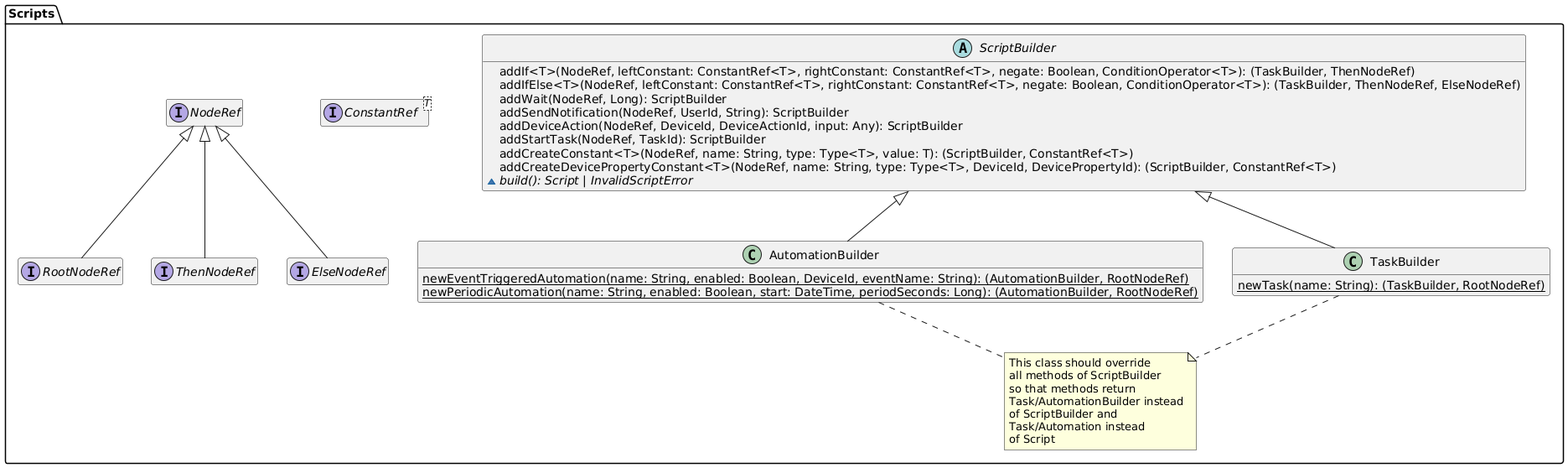
This is diagrams/generated/scripts-builders-domain-model.png from DomoticASW/.github, a PlantUML export, as it was before one commit. Its diagram source:
```plantuml
@startuml scripts-builders-domain-model

hide empty members

package "Scripts" {
    interface NodeRef

    interface RootNodeRef extends NodeRef
    interface ThenNodeRef extends NodeRef
    interface ElseNodeRef extends NodeRef
    interface ConstantRef<T>

    abstract class ScriptBuilder {
        addIf<T>(NodeRef, leftConstant: ConstantRef<T>, rightConstant: ConstantRef<T>, negate: Boolean, ConditionOperator<T>): (TaskBuilder, ThenNodeRef)
        addIfElse<T>(NodeRef, leftConstant: ConstantRef<T>, rightConstant: ConstantRef<T>, negate: Boolean, ConditionOperator<T>): (TaskBuilder, ThenNodeRef, ElseNodeRef)
        addWait(NodeRef, Long): ScriptBuilder
        addSendNotification(NodeRef, UserId, String): ScriptBuilder
        addDeviceAction(NodeRef, DeviceId, DeviceActionId, input: Any): ScriptBuilder
        addStartTask(NodeRef, TaskId): ScriptBuilder
        addCreateConstant<T>(NodeRef, name: String, type: Type<T>, value: T): (ScriptBuilder, ConstantRef<T>)
        addCreateDevicePropertyConstant<T>(NodeRef, name: String, type: Type<T>, DeviceId, DevicePropertyId): (ScriptBuilder, ConstantRef<T>)
        {abstract} ~ build(): Script | InvalidScriptError
    }

    class TaskBuilder extends ScriptBuilder {
        {static} newTask(name: String): (TaskBuilder, RootNodeRef)
    }
    class AutomationBuilder extends ScriptBuilder {
        {static} newEventTriggeredAutomation(name: String, enabled: Boolean, DeviceId, eventName: String): (AutomationBuilder, RootNodeRef)
        {static} newPeriodicAutomation(name: String, enabled: Boolean, start: DateTime, periodSeconds: Long): (AutomationBuilder, RootNodeRef)
    }
    note as ScriptBuilderNote
        This class should override
        all methods of ScriptBuilder
        so that methods return
        Task/AutomationBuilder instead
        of ScriptBuilder and
        Task/Automation instead
        of Script
    end note

    ScriptBuilderNote .u. TaskBuilder
    ScriptBuilderNote .u. AutomationBuilder
}

@enduml
```
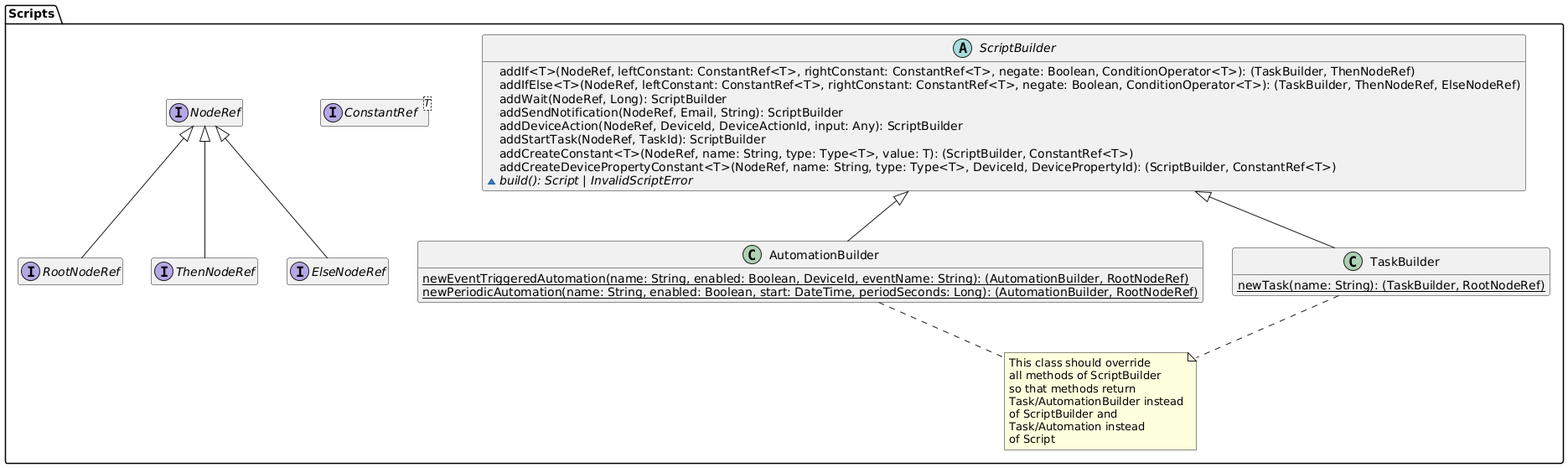
Above is the later version.

Commit message:
renamed UserId to Email in diagrams

The edit, as a diff of the source:
```diff
@@ -14,7 +14,7 @@
         addIf<T>(NodeRef, leftConstant: ConstantRef<T>, rightConstant: ConstantRef<T>, negate: Boolean, ConditionOperator<T>): (TaskBuilder, ThenNodeRef)
         addIfElse<T>(NodeRef, leftConstant: ConstantRef<T>, rightConstant: ConstantRef<T>, negate: Boolean, ConditionOperator<T>): (TaskBuilder, ThenNodeRef, ElseNodeRef)
         addWait(NodeRef, Long): ScriptBuilder
-        addSendNotification(NodeRef, UserId, String): ScriptBuilder
+        addSendNotification(NodeRef, Email, String): ScriptBuilder
         addDeviceAction(NodeRef, DeviceId, DeviceActionId, input: Any): ScriptBuilder
         addStartTask(NodeRef, TaskId): ScriptBuilder
         addCreateConstant<T>(NodeRef, name: String, type: Type<T>, value: T): (ScriptBuilder, ConstantRef<T>)
```
